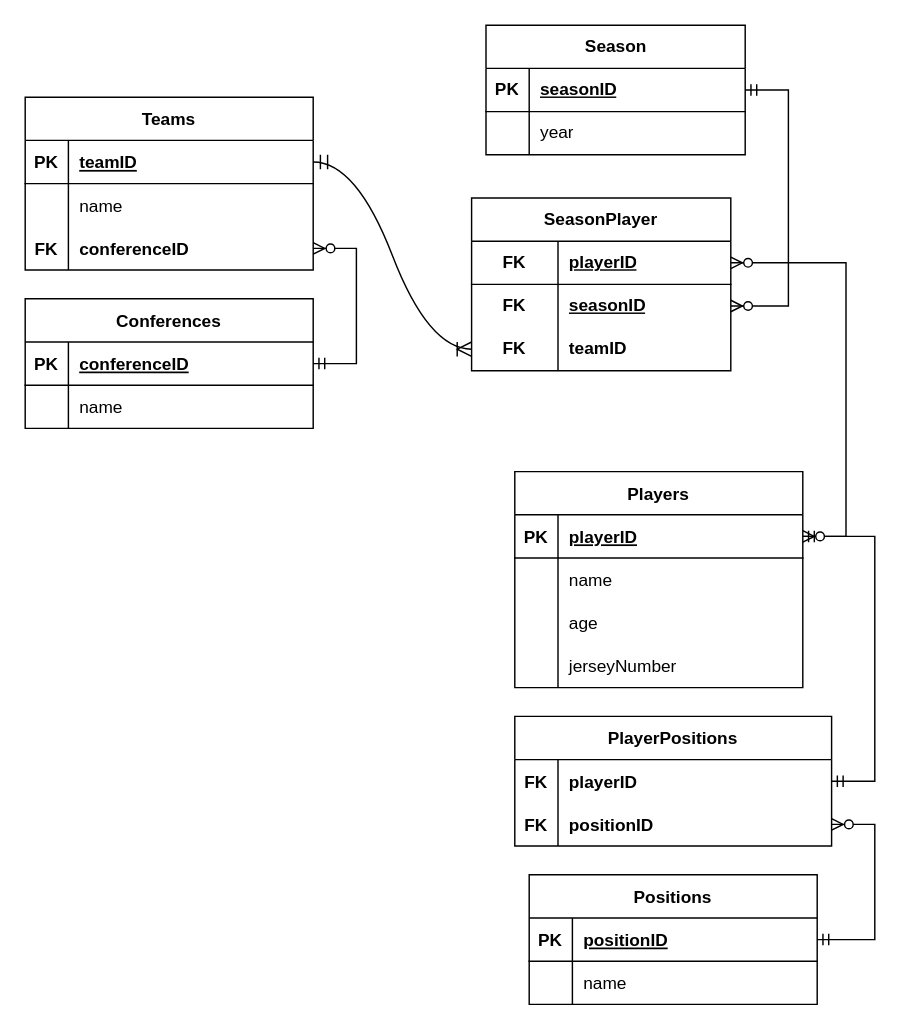
Above: projDiagram.drawio in QuinnG8/LEBRON (draw.io), before the change. Source tidied: cells renumbered, new cells numbered last; positions are measured from the earlier drawing's top-left corner, leaving out a move shared by most shapes. Both pictures are drawn from the tidied source at 144%, with x=0, y=0 at pixel (24, 24).
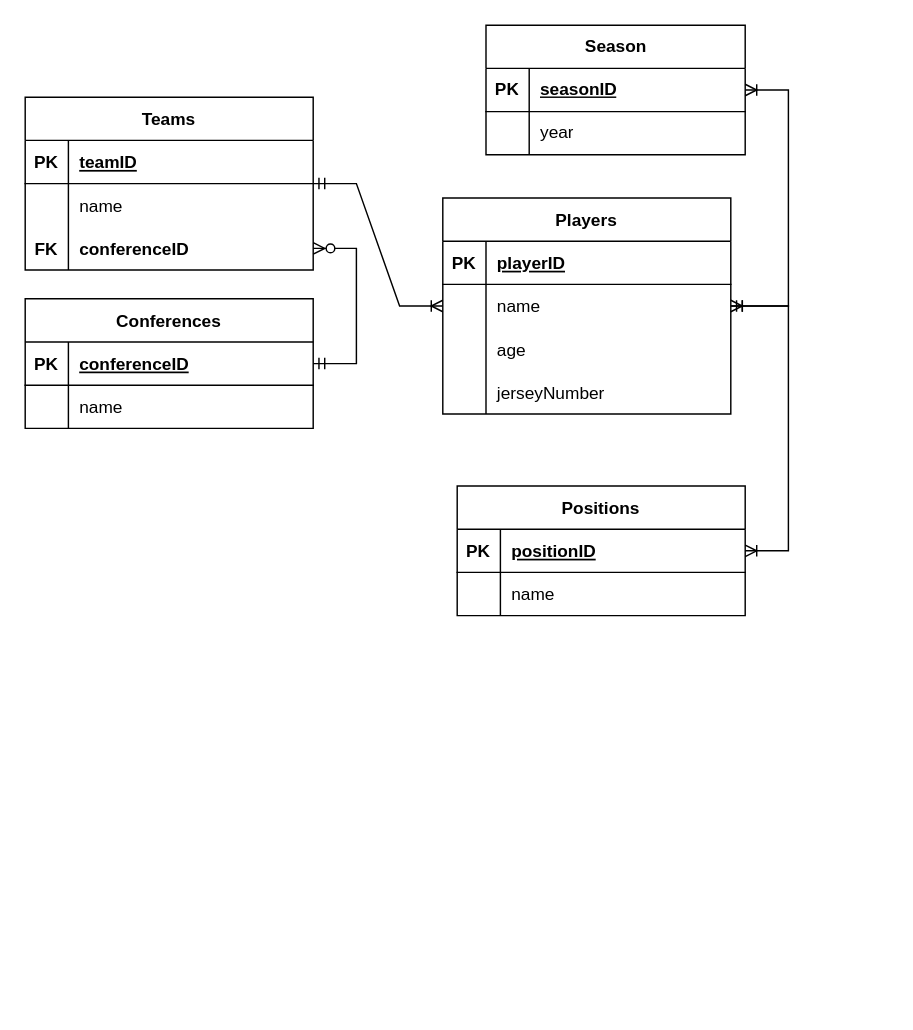
After the change.

Commit message:
Remove junction tables from ERD, per grader feedback

The change refers to these unchanged cells:
```xml
<mxCell id="3" style="shape=partialRectangle;fillColor=none;points=[[0,0.5],[1,0.5]];portConstraint=eastwest;top=0;left=0;right=0;bottom=1;" parent="2" vertex="1">
  <mxGeometry y="30" width="200" height="30" as="geometry" />
</mxCell>
<mxCell id="23" style="shape=partialRectangle;fillColor=none;points=[[0,0.5],[1,0.5]];portConstraint=eastwest;top=0;left=0;right=0;bottom=1;" parent="22" vertex="1">
  <mxGeometry y="30" width="200" height="30" as="geometry" />
</mxCell>
<mxCell id="36" value="Teams" style="shape=table;startSize=30;childLayout=tableLayout;rowLines=0;fontStyle=1;align=center;" parent="1" vertex="1">
  <mxGeometry y="50" width="200" height="120" as="geometry" />
</mxCell>
<mxCell id="37" style="shape=partialRectangle;fillColor=none;points=[[0,0.5],[1,0.5]];portConstraint=eastwest;top=0;left=0;right=0;bottom=1;" parent="36" vertex="1">
  <mxGeometry y="30" width="200" height="30" as="geometry" />
</mxCell>
<mxCell id="47" value="Season" style="shape=table;startSize=30;childLayout=tableLayout;rowLines=0;fontStyle=1;align=center;html=1;" parent="1" vertex="1">
  <mxGeometry x="320" width="180" height="90" as="geometry" />
</mxCell>
<mxCell id="48" style="shape=tableRow;horizontal=0;startSize=0;swimlaneHead=0;swimlaneBody=0;fillColor=none;points=[[0,0.5],[1,0.5]];portConstraint=eastwest;top=0;left=0;right=0;bottom=1;" parent="47" vertex="1">
  <mxGeometry y="30" width="180" height="30" as="geometry" />
</mxCell>
```

What changed in the source:
```diff
@@
     <mxCell id="2" value="Players" style="shape=table;startSize=30;childLayout=tableLayout;rowLines=0;fontStyle=1;align=center;" parent="1" vertex="1">
-      <mxGeometry x="340" y="310" width="200" height="150" as="geometry" />
+      <mxGeometry x="290" y="120" width="200" height="150" as="geometry" />
     </mxCell>
@@
     <mxCell id="22" value="Positions" style="shape=table;startSize=30;childLayout=tableLayout;rowLines=0;fontStyle=1;align=center;" parent="1" vertex="1">
-      <mxGeometry x="350" y="590" width="200" height="90" as="geometry" />
+      <mxGeometry x="300" y="320" width="200" height="90" as="geometry" />
     </mxCell>
@@
-    <mxCell id="29" value="PlayerPositions" style="shape=table;startSize=30;childLayout=tableLayout;rowLines=0;fontStyle=1;align=center;" parent="1" vertex="1">
-      <mxGeometry x="340" y="480" width="220" height="90" as="geometry" />
-    </mxCell>
-    <mxCell id="30" style="shape=partialRectangle;fillColor=none;points=[[0,0.5],[1,0.5]];portConstraint=eastwest;top=0;left=0;right=0;bottom=0;" parent="29" vertex="1">
-      <mxGeometry y="30" width="220" height="30" as="geometry" />
-    </mxCell>
-    <mxCell id="31" value="FK" style="shape=partialRectangle;overflow=hidden;fillColor=none;top=0;left=0;bottom=0;right=0;fontStyle=1;" parent="30" vertex="1">
-      <mxGeometry width="30" height="30" as="geometry" />
-    </mxCell>
-    <mxCell id="32" value="playerID" style="shape=partialRectangle;overflow=hidden;fillColor=none;top=0;left=0;bottom=0;right=0;align=left;spacingLeft=6;fontStyle=1;" parent="30" vertex="1">
-      <mxGeometry x="30" width="190" height="30" as="geometry" />
-    </mxCell>
-    <mxCell id="33" style="shape=partialRectangle;fillColor=none;points=[[0,0.5],[1,0.5]];portConstraint=eastwest;top=0;left=0;right=0;bottom=0;" parent="29" vertex="1">
-      <mxGeometry y="60" width="220" height="30" as="geometry" />
-    </mxCell>
-    <mxCell id="34" value="FK" style="shape=partialRectangle;overflow=hidden;fillColor=none;top=0;left=0;bottom=0;right=0;fontStyle=1;" parent="33" vertex="1">
-      <mxGeometry width="30" height="30" as="geometry" />
-    </mxCell>
-    <mxCell id="35" value="positionID" style="shape=partialRectangle;overflow=hidden;fillColor=none;top=0;left=0;bottom=0;right=0;align=left;spacingLeft=6;fontStyle=1;" parent="33" vertex="1">
-      <mxGeometry x="30" width="190" height="30" as="geometry" />
-    </mxCell>
@@
-    <mxCell id="46" style="edgeStyle=entityRelationEdgeStyle;fontSize=12;html=1;endArrow=ERoneToMany;startArrow=ERmandOne;rounded=0;startSize=8;endSize=8;curved=1;" parent="1" edge="1" source="37" target="61">
-      <mxGeometry relative="1" as="geometry" />
-    </mxCell>
@@
-    <mxCell id="54" value="SeasonPlayer" style="shape=table;startSize=30;childLayout=tableLayout;rowLines=0;fontStyle=1;align=center;html=1;whiteSpace=wrap;" parent="1" vertex="1">
-      <mxGeometry x="310" y="120" width="180" height="120" as="geometry" />
-    </mxCell>
-    <mxCell id="55" style="shape=tableRow;horizontal=0;startSize=0;swimlaneHead=0;swimlaneBody=0;fillColor=none;points=[[0,0.5],[1,0.5]];portConstraint=eastwest;top=0;left=0;right=0;bottom=1;html=1;" parent="54" vertex="1">
-      <mxGeometry y="30" width="180" height="30" as="geometry" />
-    </mxCell>
-    <mxCell id="56" value="FK" style="shape=partialRectangle;fillColor=none;top=0;left=0;bottom=0;right=0;fontStyle=1;overflow=hidden;html=1;whiteSpace=wrap;" parent="55" vertex="1">
-      <mxGeometry width="60" height="30" as="geometry" />
-    </mxCell>
-    <mxCell id="57" value="playerID" style="shape=partialRectangle;fillColor=none;top=0;left=0;bottom=0;right=0;align=left;spacingLeft=6;fontStyle=5;overflow=hidden;html=1;whiteSpace=wrap;" parent="55" vertex="1">
-      <mxGeometry x="60" width="120" height="30" as="geometry" />
-    </mxCell>
-    <mxCell id="58" style="shape=tableRow;horizontal=0;startSize=0;swimlaneHead=0;swimlaneBody=0;fillColor=none;points=[[0,0.5],[1,0.5]];portConstraint=eastwest;top=0;left=0;right=0;bottom=0;html=1;" parent="54" vertex="1">
-      <mxGeometry y="60" width="180" height="30" as="geometry" />
-    </mxCell>
-    <mxCell id="59" value="FK" style="shape=partialRectangle;fillColor=none;top=0;left=0;bottom=0;right=0;fontStyle=1;overflow=hidden;html=1;whiteSpace=wrap;" parent="58" vertex="1">
-      <mxGeometry width="60" height="30" as="geometry" />
-    </mxCell>
-    <mxCell id="60" value="seasonID" style="shape=partialRectangle;fillColor=none;top=0;left=0;bottom=0;right=0;align=left;spacingLeft=6;fontStyle=5;overflow=hidden;html=1;whiteSpace=wrap;" parent="58" vertex="1">
-      <mxGeometry x="60" width="120" height="30" as="geometry" />
-    </mxCell>
-    <mxCell id="61" style="shape=tableRow;horizontal=0;startSize=0;swimlaneHead=0;swimlaneBody=0;fillColor=none;points=[[0,0.5],[1,0.5]];portConstraint=eastwest;top=0;left=0;right=0;bottom=0;" parent="54" vertex="1">
-      <mxGeometry y="90" width="180" height="30" as="geometry" />
-    </mxCell>
-    <mxCell id="62" value="&lt;b&gt;FK&lt;/b&gt;" style="shape=partialRectangle;fillColor=none;top=0;left=0;bottom=0;right=0;fontStyle=0;overflow=hidden;whiteSpace=wrap;html=1;" parent="61" vertex="1">
-      <mxGeometry width="60" height="30" as="geometry" />
-    </mxCell>
-    <mxCell id="63" value="&lt;b&gt;teamID&lt;/b&gt;" style="shape=partialRectangle;fillColor=none;top=0;left=0;bottom=0;right=0;align=left;spacingLeft=6;fontStyle=0;overflow=hidden;whiteSpace=wrap;html=1;" parent="61" vertex="1">
-      <mxGeometry x="60" width="120" height="30" as="geometry" />
-    </mxCell>
-    <mxCell id="64" style="edgeStyle=entityRelationEdgeStyle;fontSize=12;html=1;endArrow=ERzeroToMany;startArrow=ERmandOne;rounded=0;" parent="1" edge="1" source="48" target="58">
-      <mxGeometry relative="1" as="geometry" />
-    </mxCell>
-    <mxCell id="65" style="edgeStyle=entityRelationEdgeStyle;fontSize=12;html=1;endArrow=ERzeroToMany;startArrow=ERmandOne;rounded=0;" parent="1" edge="1" source="3" target="55">
-      <mxGeometry relative="1" as="geometry" />
-    </mxCell>
@@
-    <mxCell id="67" style="edgeStyle=entityRelationEdgeStyle;fontSize=12;html=1;endArrow=ERzeroToMany;startArrow=ERmandOne;rounded=0;" parent="1" edge="1" source="30" target="3">
-      <mxGeometry relative="1" as="geometry" />
-    </mxCell>
-    <mxCell id="68" style="edgeStyle=entityRelationEdgeStyle;fontSize=12;html=1;endArrow=ERzeroToMany;startArrow=ERmandOne;rounded=0;" parent="1" edge="1" source="23" target="33">
-      <mxGeometry relative="1" as="geometry">
-        <Array as="points">
-          <mxPoint x="280" y="550" />
-        </Array>
-      </mxGeometry>
-    </mxCell>
+    <mxCell id="69" style="edgeStyle=entityRelationEdgeStyle;fontSize=12;html=1;endArrow=ERoneToMany;startArrow=ERmandOne;rounded=0;" parent="1" edge="1" source="36" target="2">
+      <mxGeometry relative="1" as="geometry" />
+    </mxCell>
+    <mxCell id="70" style="edgeStyle=entityRelationEdgeStyle;fontSize=12;html=1;endArrow=ERoneToMany;startArrow=ERoneToMany;rounded=0;" parent="1" edge="1" source="47" target="2">
+      <mxGeometry relative="1" as="geometry" />
+    </mxCell>
+    <mxCell id="71" style="edgeStyle=entityRelationEdgeStyle;fontSize=12;html=1;endArrow=ERoneToMany;startArrow=ERmandOne;rounded=0;" parent="1" edge="1" source="2" target="22">
+      <mxGeometry relative="1" as="geometry" />
+    </mxCell>
```
